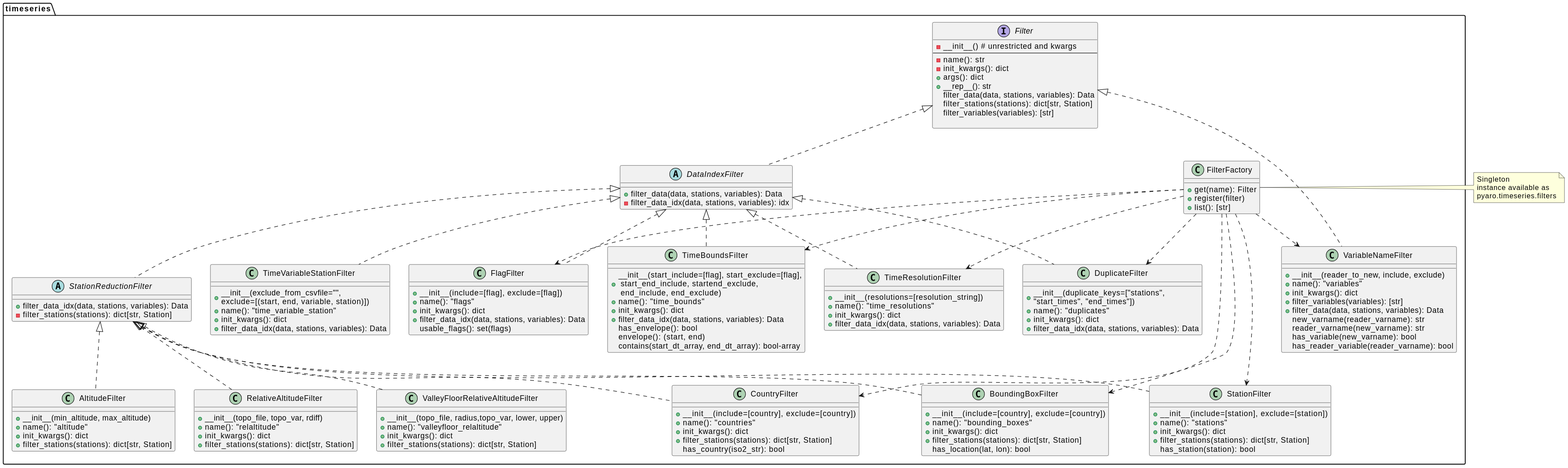
The PlantUML diagram docs/pics/Filter.svg in metno/pyaro, before a commit. Source of this version:
```plantuml
@startuml
class timeseries.FilterFactory {
    +get(name): Filter
    +register(filter)
    +list(): [str]
}
note right of timeseries.FilterFactory
  Singleton
  instance available as
  pyaro.timeseries.filters
end note

interface timeseries.Filter {
  - __init__() # unrestricted and kwargs
  --
  - name(): str
  - init_kwargs(): dict
  + args(): dict
  + __rep__(): str
   filter_data(data, stations, variables): Data
   filter_stations(stations): dict[str, Station]
   filter_variables(variables): [str]

}

class timeseries.VariableNameFilter {
  + __init__(reader_to_new, include, exclude)
  + name(): "variables"
  + init_kwargs(): dict
  + filter_variables(variables): [str]
  + filter_data(data, stations, variables): Data
    new_varname(reader_varname): str
    reader_varname(new_varname): str
    has_variable(new_varname): bool
    has_reader_variable(reader_varname): bool
}

abstract class timeseries.DataIndexFilter {
  + filter_data(data, stations, variables): Data
  - filter_data_idx(data, stations, variables): idx
}


abstract class timeseries.StationReductionFilter {
  + filter_data_idx(data, stations, variables): Data
  - filter_stations(stations): dict[str, Station]
}

class timeseries.StationFilter {
  + __init__(include=[station], exclude=[station])
  + name(): "stations"
  + init_kwargs(): dict
  + filter_stations(stations): dict[str, Station]
  has_station(station): bool
}

class timeseries.CountryFilter {
  + __init__(include=[country], exclude=[country])
  + name(): "countries"
  + init_kwargs(): dict
  + filter_stations(stations): dict[str, Station]
  has_country(iso2_str): bool
}

class timeseries.BoundingBoxFilter {
  + __init__(include=[country], exclude=[country])
  + name(): "bounding_boxes"
  + init_kwargs(): dict
  + filter_stations(stations): dict[str, Station]
  has_location(lat, lon): bool
}

class timeseries.TimeBoundsFilter {
  + __init__(start_include=[flag], start_exclude=[flag],\n start_end_include, startend_exclude,\n end_include, end_exclude)
  + name(): "time_bounds"
  + init_kwargs(): dict
  + filter_data_idx(data, stations, variables): Data
  has_envelope(): bool
  envelope(): (start, end)
  contains(start_dt_array, end_dt_array): bool-array
}

class timeseries.TimeVariableStationFilter {
  + __init__(exclude_from_csvfile="",\nexclude=[(start, end, variable, station)])
  + name(): "time_variable_station"
  + init_kwargs(): dict
  + filter_data_idx(data, stations, variables): Data
}

class timeseries.TimeResolutionFilter {
  + __init__(resolutions=[resolution_string])
  + name(): "time_resolutions"
  + init_kwargs(): dict
  + filter_data_idx(data, stations, variables): Data
}

class timeseries.DuplicateFilter {
  + __init__(duplicate_keys=["stations",\n"start_times", "end_times"])
  + name(): "duplicates"
  + init_kwargs(): dict
  + filter_data_idx(data, stations, variables): Data
}

class timeseries.FlagFilter {
  + __init__(include=[flag], exclude=[flag])
  + name(): "flags"
  + init_kwargs(): dict
  + filter_data_idx(data, stations, variables): Data
  usable_flags(): set(flags)
}

class timeseries.AltitudeFilter {
  + __init__(min_altitude, max_altitude)
  + name(): "altitude"
  + init_kwargs(): dict
  + filter_stations(stations): dict[str, Station]
}

class timeseries.RelativeAltitudeFilter {
  + __init__(topo_file, topo_var, rdiff)
  + name(): "relaltitude"
  + init_kwargs(): dict
  + filter_stations(stations): dict[str, Station]
}

class timeseries.ValleyFloorRelativeAltitudeFilter {
  + __init__(topo_file, radius,topo_var, lower, upper)
  + name(): "valleyfloor_relaltitude"
  + init_kwargs(): dict
  + filter_stations(stations): dict[str, Station]
}



timeseries.Filter <|.. timeseries.VariableNameFilter
timeseries.Filter <|.. timeseries.DataIndexFilter
timeseries.DataIndexFilter <|.. timeseries.StationReductionFilter
timeseries.StationReductionFilter <|.. timeseries.StationFilter
timeseries.StationReductionFilter <|.. timeseries.CountryFilter
timeseries.StationReductionFilter <|.. timeseries.BoundingBoxFilter
timeseries.StationReductionFilter <|.. timeseries.AltitudeFilter
timeseries.StationReductionFilter <|.. timeseries.RelativeAltitudeFilter
timeseries.StationReductionFilter <|.. timeseries.ValleyFloorRelativeAltitudeFilter
timeseries.DataIndexFilter <|.. timeseries.TimeBoundsFilter
timeseries.DataIndexFilter <|.. timeseries.TimeResolutionFilter
timeseries.DataIndexFilter <|.. timeseries.TimeVariableStationFilter
timeseries.DataIndexFilter <|.. timeseries.DuplicateFilter
timeseries.DataIndexFilter <|.. timeseries.FlagFilter

timeseries.FilterFactory ..> timeseries.VariableNameFilter
timeseries.FilterFactory ..> timeseries.StationFilter
timeseries.FilterFactory ..> timeseries.CountryFilter
timeseries.FilterFactory ..> timeseries.BoundingBoxFilter
timeseries.FilterFactory ..> timeseries.TimeBoundsFilter
timeseries.FilterFactory ..> timeseries.TimeResolutionFilter
timeseries.FilterFactory ..> timeseries.DuplicateFilter
timeseries.FilterFactory ..> timeseries.FlagFilter
@end

PlantUML version 1.2024.3(Thu Feb 15 20:40:05 CET 2024)
(GPLv2 source distribution)
Java Runtime: OpenJDK Runtime Environment
JVM: OpenJDK 64-Bit Server VM
Default Encoding: UTF-8
Language: en
Country: US
@enduml
```
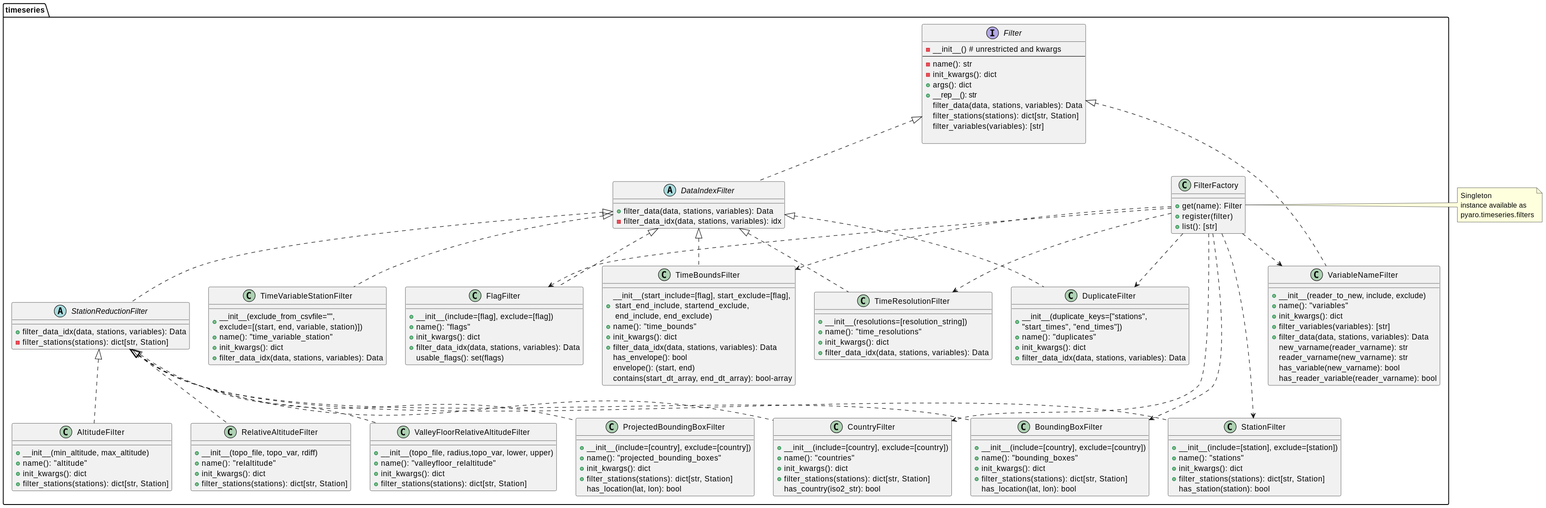
After the commit.

Diff of the diagram source:
```diff
@@ -65,6 +65,14 @@
 class timeseries.BoundingBoxFilter {
   + __init__(include=[country], exclude=[country])
   + name(): "bounding_boxes"
+  + init_kwargs(): dict
+  + filter_stations(stations): dict[str, Station]
+  has_location(lat, lon): bool
+}
+
+class timeseries.ProjectedBoundingBoxFilter {
+  + __init__(include=[country], exclude=[country])
+  + name(): "projected_bounding_boxes"
   + init_kwargs(): dict
   + filter_stations(stations): dict[str, Station]
   has_location(lat, lon): bool
@@ -138,6 +146,7 @@
 timeseries.StationReductionFilter <|.. timeseries.StationFilter
 timeseries.StationReductionFilter <|.. timeseries.CountryFilter
 timeseries.StationReductionFilter <|.. timeseries.BoundingBoxFilter
+timeseries.StationReductionFilter <|.. timeseries.ProjectedBoundingBoxFilter
 timeseries.StationReductionFilter <|.. timeseries.AltitudeFilter
 timeseries.StationReductionFilter <|.. timeseries.RelativeAltitudeFilter
 timeseries.StationReductionFilter <|.. timeseries.ValleyFloorRelativeAltitudeFilter
```
